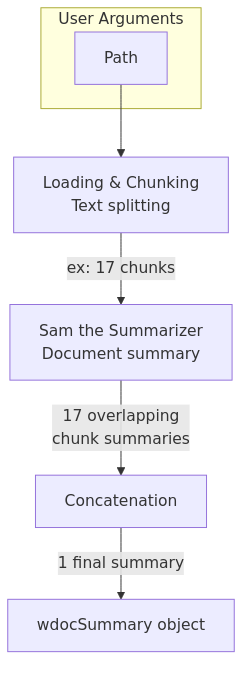
The Mermaid diagram images/diagram_summary.png in thiswillbeyourgithub/wdoc, before a commit. Its source is kept beside it as images/diagram_summary.mmd. The source it was exported from:
```mermaid
flowchart TD
    subgraph Inputs["User Arguments"]
        Path["Path"]
    end

    Chunker["Loading & Chunking<br/>Text splitting"]

    Path --> Chunker

    SummaryOutput["wdocSummary object"]

    Sam["Sam the Summarizer<br/>Document summary"]
    Concatenation["Concatenation"]
    Chunker -->|ex: 17 chunks| Sam
    Sam -->|17 overlapping<br/>chunk summaries| Concatenation
    Concatenation -->|1 final summary| SummaryOutput
```
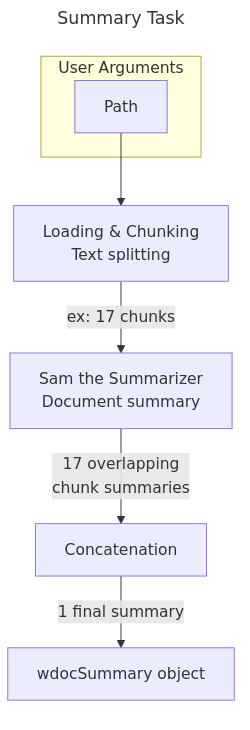
After the change.

Commit message:
add title to the mermaid diagrams

The edit, as a diff of the source:
```diff
@@ -1,3 +1,7 @@
+---
+title: Summary Task
+---
+
 flowchart TD
     subgraph Inputs["User Arguments"]
         Path["Path"]
```
